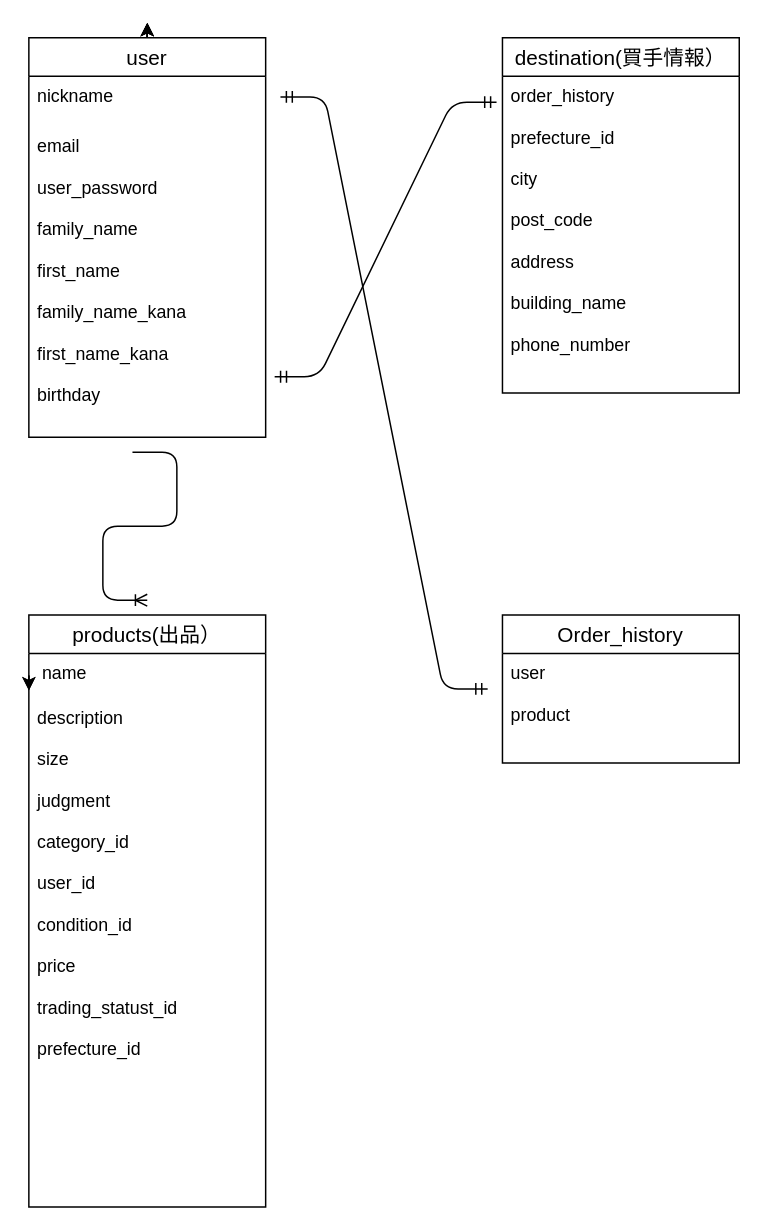
Earlier version of the draw.io diagram page "ページ1" (1 of 3) of test.dio (kitou44/furima-30571). Source tidied: cells renumbered, new cells numbered last; positions are measured from the earlier drawing's top-left corner, leaving out a move shared by most shapes. Both pictures are drawn from the tidied source at 148%, with x=0, y=0 at pixel (28, 22).
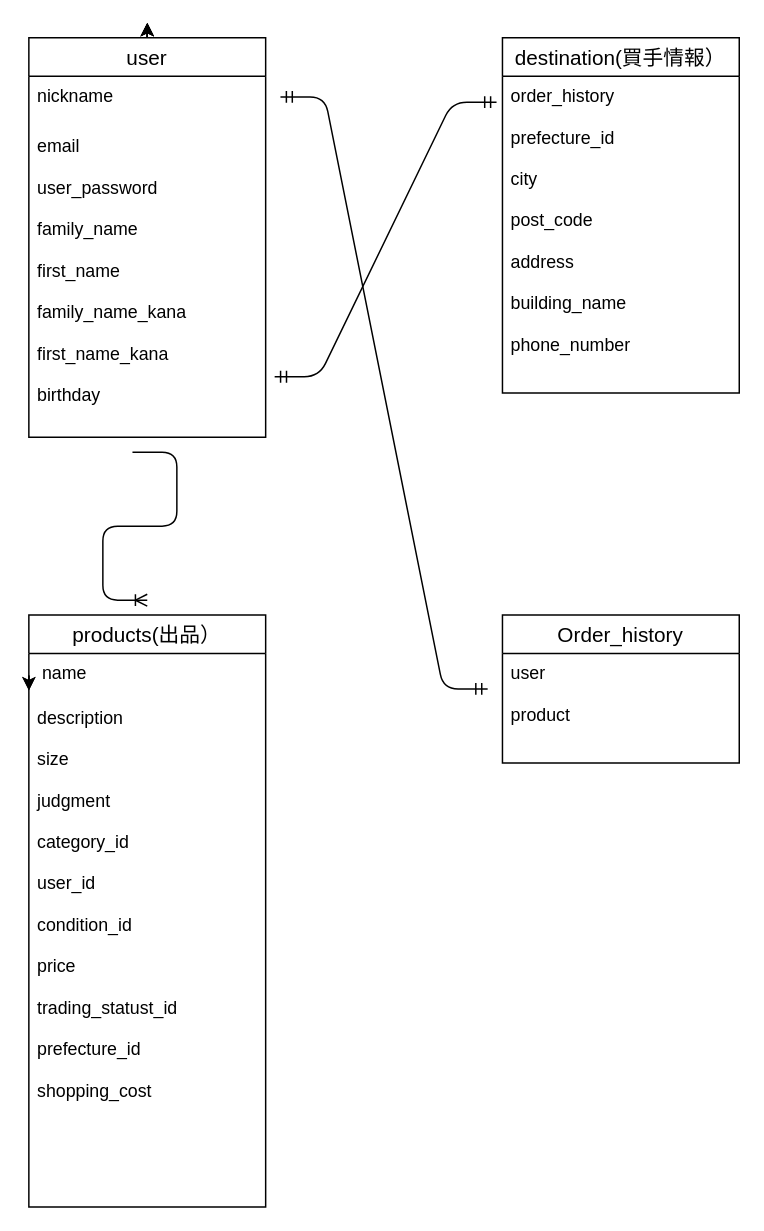
The same page after the edit.

Unchanged cells that the change refers to:
```xml
<mxCell id="10" value="products(出品）" style="swimlane;fontStyle=0;horizontal=1;startSize=26;align=center;fontSize=14;rounded=0;sketch=0;" parent="1" vertex="1">
  <mxGeometry y="400" width="160" height="400" as="geometry" />
</mxCell>
```

Change to the diagram source:
```diff
@@
-    <mxCell id="12" value="description&#10;&#10;size&#10;&#10;judgment&#10;&#10;category_id&#10;&#10;user_id&#10;&#10;condition_id&#10;&#10;price&#10;&#10;trading_statust_id&#10;&#10;prefecture_id" style="text;strokeColor=none;fillColor=none;spacingLeft=4;spacingRight=4;overflow=hidden;fontSize=12;" parent="10" vertex="1">
+    <mxCell id="12" value="description&#10;&#10;size&#10;&#10;judgment&#10;&#10;category_id&#10;&#10;user_id&#10;&#10;condition_id&#10;&#10;price&#10;&#10;trading_statust_id&#10;&#10;prefecture_id&#10;&#10;shopping_cost" style="text;strokeColor=none;fillColor=none;spacingLeft=4;spacingRight=4;overflow=hidden;fontSize=12;" parent="10" vertex="1">
       <mxGeometry y="56" width="160" height="344" as="geometry" />
     </mxCell>
```
